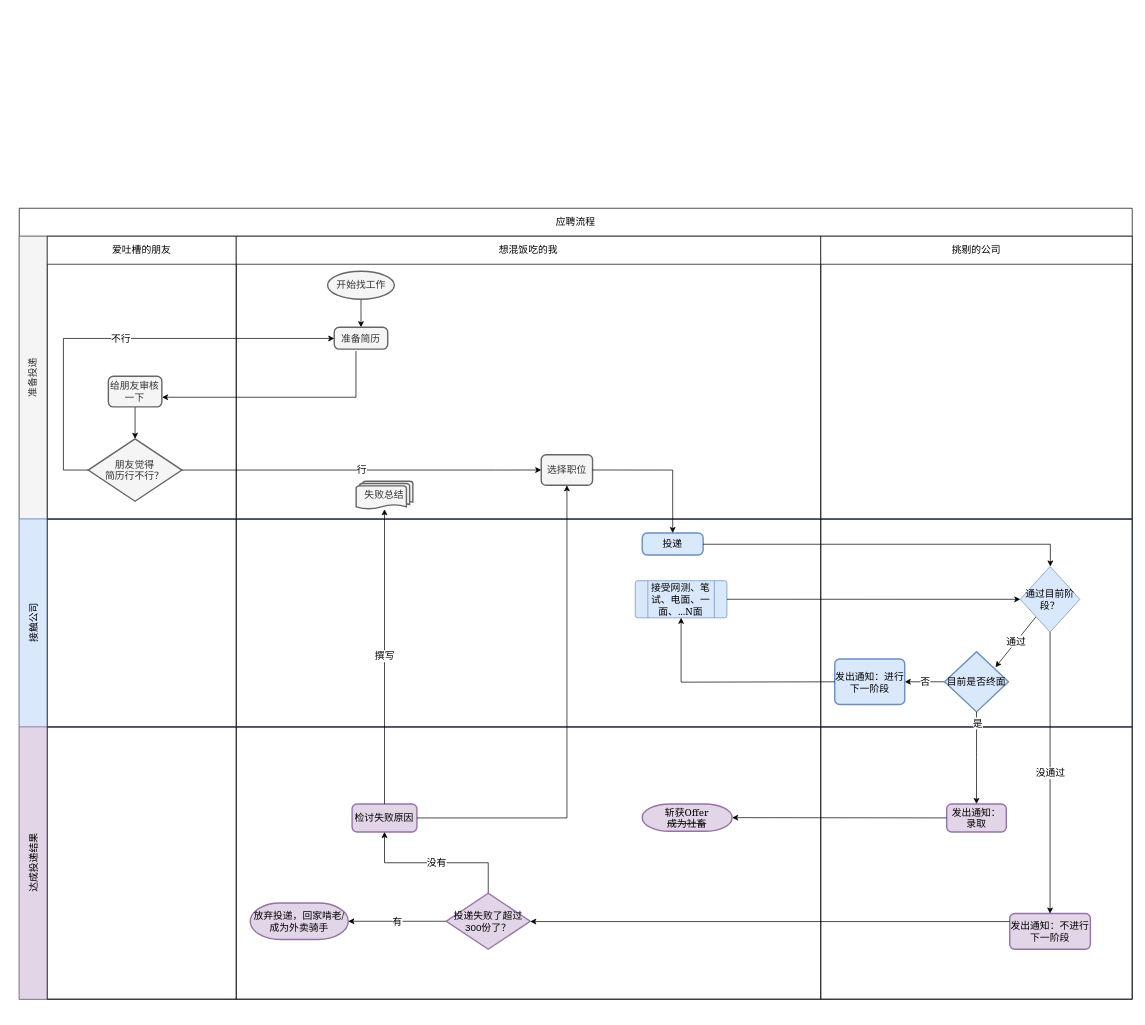
Ryuuko/drawIo keeps this draw.io diagram as crossJobSeeking.drawio. Above is the earlier version. Source tidied: cells renumbered, new cells numbered last; positions are measured from the earlier drawing's top-left corner, leaving out a move shared by most shapes. Both pictures are drawn from the tidied source at 70%, with x=0, y=0 at pixel (19, 12).
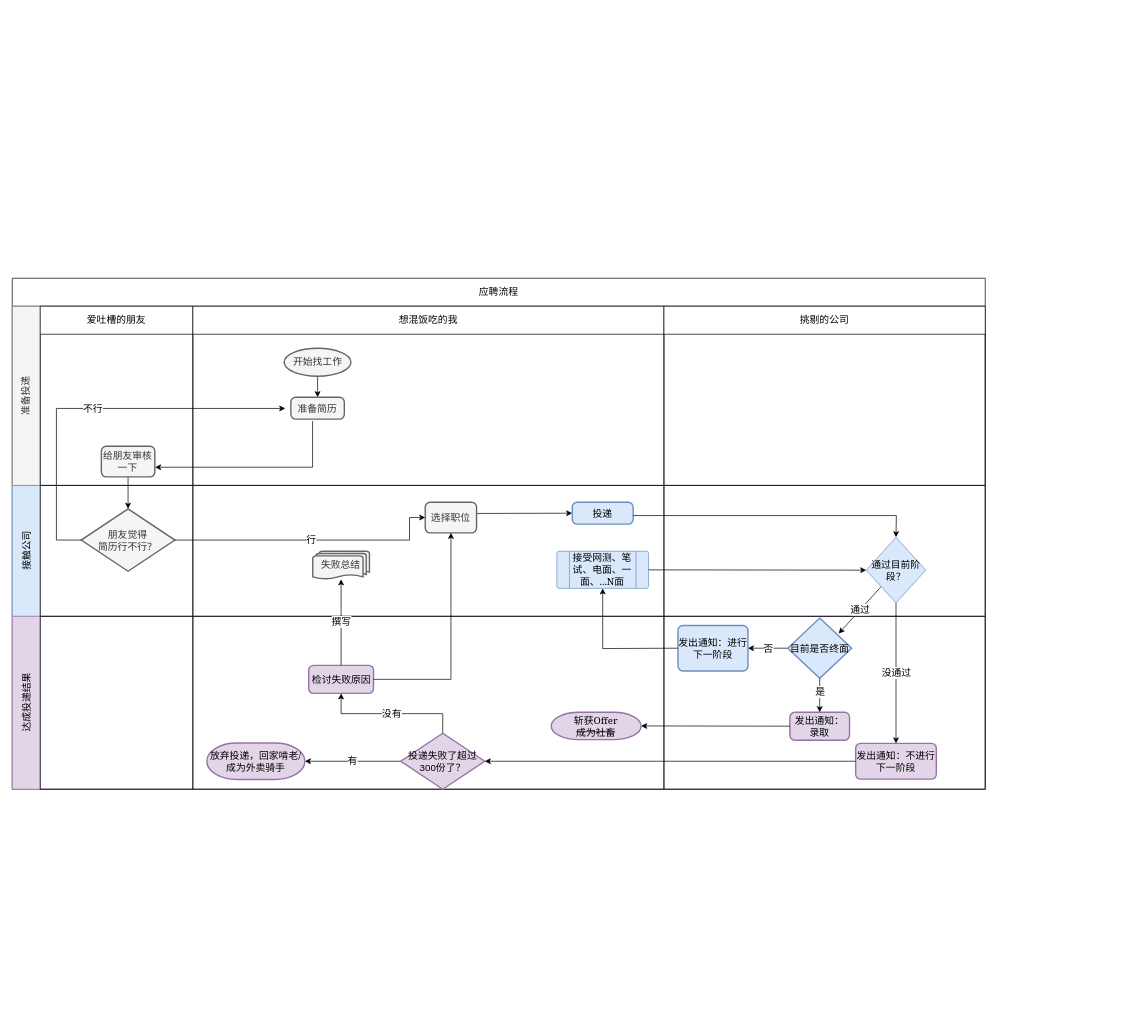
The same diagram, later.

Commit message:
smaller to display better

The change refers to these unchanged cells:
```xml
<mxCell id="2" style="group;fontStyle=0;" parent="1" vertex="1">
  <mxGeometry x="70" width="1520" height="1430" as="geometry" />
</mxCell>
<mxCell id="8" value="朋友觉得&lt;br style=&quot;font-size: 14px;&quot;&gt;简历行不行？" style="strokeWidth=2;html=1;shape=mxgraph.flowchart.decision;whiteSpace=wrap;fontSize=14;fontFamily=Georgia;fillColor=#f5f5f5;strokeColor=#666666;fontColor=#333333;" parent="5" vertex="1">
  <mxGeometry x="58.5" y="289.4" width="133.9" height="89.2" as="geometry" />
</mxCell>
<mxCell id="12" value="准备简历" style="rounded=1;whiteSpace=wrap;html=1;absoluteArcSize=1;arcSize=14;strokeWidth=2;fontSize=14;fontFamily=Georgia;fillColor=#f5f5f5;strokeColor=#666666;fontColor=#333333;" parent="9" vertex="1">
  <mxGeometry x="140" y="130" width="76.4" height="31.2" as="geometry" />
</mxCell>
<mxCell id="29" value="发出通知：进行下一阶段" style="rounded=1;whiteSpace=wrap;html=1;absoluteArcSize=1;arcSize=14;strokeWidth=2;fontSize=14;fillColor=#dae8fc;strokeColor=#6c8ebf;" parent="25" vertex="1">
  <mxGeometry x="20" y="200" width="100" height="65" as="geometry" />
</mxCell>
<mxCell id="30" value="目前是否终面" style="strokeWidth=2;html=1;shape=mxgraph.flowchart.decision;whiteSpace=wrap;fontSize=14;fillColor=#dae8fc;strokeColor=#6c8ebf;" parent="25" vertex="1">
  <mxGeometry x="176.9" y="189.5" width="91.3" height="86" as="geometry" />
</mxCell>
<mxCell id="51" style="edgeStyle=elbowEdgeStyle;rounded=0;jettySize=auto;elbow=vertical;html=1;entryX=0.5;entryY=0;entryDx=0;entryDy=0;fontSize=14;" parent="3" edge="1" source="30" target="45">
  <mxGeometry relative="1" as="geometry" />
</mxCell>
```

What changed in the source:
```diff
@@
+    <mxCell id="56" style="group;" parent="2" vertex="1">
+      <mxGeometry x="-80" y="380" width="1380" height="830" as="geometry" />
+    </mxCell>
-    <mxCell id="3" value="应聘流程" style="shape=table;childLayout=tableLayout;rowLines=0;columnLines=0;startSize=40;html=1;whiteSpace=wrap;fontStyle=0;fontSize=14;" parent="2" vertex="1">
-      <mxGeometry x="-70" y="280" width="1590" height="1130" as="geometry" />
+    <mxCell id="3" value="应聘流程" style="shape=table;childLayout=tableLayout;rowLines=0;columnLines=0;startSize=40;html=1;whiteSpace=wrap;fontStyle=0;fontSize=14;" parent="56" vertex="1">
+      <mxGeometry width="1390" height="730" as="geometry" />
     </mxCell>
     <mxCell id="4" value="&lt;span style=&quot;font-weight: normal&quot;&gt;准备投递&lt;/span&gt;" style="swimlane;horizontal=0;startSize=40;html=1;whiteSpace=wrap;fontSize=14;fillColor=#f5f5f5;strokeColor=#666666;fontColor=#333333;" parent="3" vertex="1">
-      <mxGeometry y="40" width="1590" height="404" as="geometry" />
+      <mxGeometry y="40" width="1390" height="256" as="geometry" />
     </mxCell>
     <mxCell id="5" value="&lt;span style=&quot;font-weight: normal&quot;&gt;爱吐槽的朋友&lt;/span&gt;" style="swimlane;startSize=40;html=1;whiteSpace=wrap;fontSize=14;" parent="4" vertex="1">
-      <mxGeometry x="40" width="270" height="404" as="geometry" />
+      <mxGeometry x="40" width="218" height="256" as="geometry" />
     </mxCell>
@@
     <mxCell id="9" value="&lt;span style=&quot;font-weight: normal&quot;&gt;想混饭吃的我&lt;/span&gt;" style="swimlane;startSize=40;html=1;whiteSpace=wrap;fontSize=14;" parent="4" vertex="1">
-      <mxGeometry x="310" width="835" height="404" as="geometry" />
+      <mxGeometry x="258" width="673" height="256" as="geometry" />
     </mxCell>
@@
     <mxCell id="11" value="开始找工作" style="strokeWidth=2;html=1;shape=mxgraph.flowchart.start_1;whiteSpace=wrap;fontSize=14;fontFamily=Georgia;fillColor=#f5f5f5;strokeColor=#666666;fontColor=#333333;" parent="9" vertex="1">
-      <mxGeometry x="130.5" y="50" width="95.3" height="40" as="geometry" />
+      <mxGeometry x="130.5" y="60" width="95.3" height="40" as="geometry" />
     </mxCell>
@@
-    <mxCell id="13" value="&lt;font style=&quot;font-size: 14px;&quot;&gt;选择职位&lt;/font&gt;" style="rounded=1;whiteSpace=wrap;html=1;absoluteArcSize=1;arcSize=14;strokeWidth=2;fontSize=14;fontFamily=Georgia;fillColor=#f5f5f5;strokeColor=#666666;fontColor=#333333;" parent="9" vertex="1">
-      <mxGeometry x="435.7" y="312.1" width="73.3" height="43.7" as="geometry" />
-    </mxCell>
@@
     <mxCell id="15" value="&lt;span style=&quot;font-weight: normal&quot;&gt;挑剔的公司&lt;/span&gt;" style="swimlane;startSize=40;html=1;whiteSpace=wrap;fontSize=14;" parent="4" vertex="1">
-      <mxGeometry x="1145" width="445" height="404" as="geometry" />
+      <mxGeometry x="931" width="459" height="256" as="geometry" />
     </mxCell>
     <mxCell id="16" value="不行" style="edgeStyle=elbowEdgeStyle;rounded=0;jettySize=auto;html=1;fontSize=14;fontFamily=Georgia;exitX=0;exitY=0.5;exitDx=0;exitDy=0;exitPerimeter=0;" parent="4" edge="1" source="8">
       <mxGeometry relative="1" as="geometry">
-        <mxPoint x="450" y="146" as="targetPoint" />
+        <mxPoint x="390" y="146" as="targetPoint" />
         <Array as="points">
           <mxPoint x="63.1" y="300" />
         </Array>
       </mxGeometry>
     </mxCell>
@@
-    <mxCell id="18" value="行" style="edgeStyle=elbowEdgeStyle;rounded=0;jettySize=auto;html=1;fontSize=14;entryX=0;entryY=0.5;entryDx=0;entryDy=0;" parent="4" edge="1" source="8" target="13">
-      <mxGeometry relative="1" as="geometry">
-        <Array as="points">
-          <mxPoint x="680" y="334" />
-          <mxPoint x="620" y="334" />
-        </Array>
-      </mxGeometry>
-    </mxCell>
     <mxCell id="19" value="&lt;span style=&quot;font-weight: normal&quot;&gt;接触公司&lt;/span&gt;" style="swimlane;horizontal=0;startSize=40;html=1;whiteSpace=wrap;fontSize=14;fillColor=#dae8fc;strokeColor=#6c8ebf;" parent="3" vertex="1">
-      <mxGeometry y="444" width="1590" height="297" as="geometry" />
+      <mxGeometry y="296" width="1390" height="187" as="geometry" />
     </mxCell>
     <mxCell id="20" style="swimlane;startSize=0;html=1;whiteSpace=wrap;fontSize=14;" parent="19" vertex="1">
-      <mxGeometry x="40" width="270" height="297" as="geometry" />
+      <mxGeometry x="40" width="218" height="187" as="geometry" />
     </mxCell>
     <mxCell id="21" style="swimlane;startSize=0;html=1;whiteSpace=wrap;fontSize=14;" parent="19" vertex="1">
-      <mxGeometry x="310" width="835" height="297" as="geometry" />
+      <mxGeometry x="258" width="673" height="187" as="geometry" />
     </mxCell>
@@
+    <mxCell id="54" style="rounded=0;jettySize=auto;elbow=vertical;html=1;entryX=0;entryY=0.5;entryDx=0;entryDy=0;fontSize=14;" parent="21" edge="1" target="23">
+      <mxGeometry relative="1" as="geometry">
+        <mxPoint x="405" y="40" as="sourcePoint" />
+      </mxGeometry>
+    </mxCell>
+    <mxCell id="13" value="&lt;font style=&quot;font-size: 14px;&quot;&gt;选择职位&lt;/font&gt;" style="rounded=1;whiteSpace=wrap;html=1;absoluteArcSize=1;arcSize=14;strokeWidth=2;fontSize=14;fontFamily=Georgia;fillColor=#f5f5f5;strokeColor=#666666;fontColor=#333333;" parent="21" vertex="1">
+      <mxGeometry x="332" y="24" width="73.3" height="43.7" as="geometry" />
+    </mxCell>
     <mxCell id="23" value="投递" style="rounded=1;whiteSpace=wrap;html=1;absoluteArcSize=1;arcSize=14;strokeWidth=2;fontSize=14;fontFamily=Georgia;fillColor=#dae8fc;strokeColor=#6c8ebf;" parent="21" vertex="1">
-      <mxGeometry x="580" y="20" width="87" height="31.3" as="geometry" />
+      <mxGeometry x="542" y="24" width="87" height="31.3" as="geometry" />
     </mxCell>
     <mxCell id="24" value="接受网测、笔试、电面、一面、...N面" style="verticalLabelPosition=middle;verticalAlign=middle;html=1;shape=process;whiteSpace=wrap;rounded=1;size=0.14;arcSize=6;labelBackgroundColor=none;sketch=0;fontFamily=Georgia;fontSize=14;labelPosition=center;align=center;labelBorderColor=none;fillColor=#dae8fc;strokeColor=#6c8ebf;" parent="21" vertex="1">
-      <mxGeometry x="570" y="88.1" width="131" height="53" as="geometry" />
+      <mxGeometry x="520" y="94" width="131" height="53" as="geometry" />
     </mxCell>
     <mxCell id="25" style="swimlane;startSize=0;html=1;whiteSpace=wrap;fontSize=14;" parent="19" vertex="1">
-      <mxGeometry x="1145" width="445" height="297" as="geometry" />
+      <mxGeometry x="931" width="459" height="187" as="geometry" />
     </mxCell>
@@
+    <mxCell id="28" value="否" style="edgeStyle=none;rounded=0;jettySize=auto;html=1;entryX=1;entryY=0.5;entryDx=0;entryDy=0;fontSize=14;" parent="25" edge="1" source="30" target="29">
+      <mxGeometry relative="1" as="geometry" />
+    </mxCell>
     <mxCell id="27" value="通过目前阶段？" style="rhombus;whiteSpace=wrap;html=1;fontSize=14;fillColor=#dae8fc;strokeColor=#6c8ebf;" parent="25" vertex="1">
-      <mxGeometry x="285.1" y="67.7" width="85" height="93.9" as="geometry" />
+      <mxGeometry x="289" y="74" width="85" height="93.9" as="geometry" />
     </mxCell>
-    <mxCell id="28" value="否" style="edgeStyle=none;rounded=0;jettySize=auto;html=1;entryX=1;entryY=0.5;entryDx=0;entryDy=0;fontSize=14;" parent="25" edge="1" source="30" target="29">
-      <mxGeometry relative="1" as="geometry" />
-    </mxCell>
@@
-    <mxCell id="31" style="edgeStyle=none;rounded=0;jettySize=auto;html=1;fontSize=14;entryX=0;entryY=0.5;entryDx=0;entryDy=0;" parent="19" edge="1" source="24" target="27">
-      <mxGeometry relative="1" as="geometry" />
+    <mxCell id="31" style="edgeStyle=none;rounded=0;jettySize=auto;html=1;fontSize=14;" parent="19" edge="1" source="24">
+      <mxGeometry relative="1" as="geometry">
+        <mxPoint x="1220" y="121" as="targetPoint" />
+      </mxGeometry>
     </mxCell>
@@
-    <mxCell id="33" style="edgeStyle=elbowEdgeStyle;rounded=0;jettySize=auto;html=1;entryX=0.5;entryY=0;entryDx=0;entryDy=0;fontSize=14;" parent="19" edge="1" source="23" target="27">
+    <mxCell id="33" style="rounded=0;jettySize=auto;html=1;fontSize=14;entryX=0.5;entryY=0;entryDx=0;entryDy=0;" parent="19" edge="1" target="27">
       <mxGeometry relative="1" as="geometry">
+        <mxPoint x="887" y="43" as="sourcePoint" />
         <Array as="points">
-          <mxPoint x="1473" y="36" />
+          <mxPoint x="1263" y="43" />
         </Array>
       </mxGeometry>
     </mxCell>
     <mxCell id="34" value="达成投递结果" style="swimlane;horizontal=0;startSize=40;html=1;whiteSpace=wrap;fontSize=14;fontStyle=0;fillColor=#e1d5e7;strokeColor=#9673a6;" parent="3" vertex="1">
-      <mxGeometry y="741" width="1590" height="389" as="geometry" />
+      <mxGeometry y="483" width="1390" height="247" as="geometry" />
     </mxCell>
     <mxCell id="35" style="swimlane;startSize=0;html=1;whiteSpace=wrap;fontSize=14;" parent="34" vertex="1">
-      <mxGeometry x="40" width="270" height="389" as="geometry" />
+      <mxGeometry x="40" width="218" height="247" as="geometry" />
     </mxCell>
     <mxCell id="36" style="swimlane;startSize=0;html=1;whiteSpace=wrap;fontSize=14;" parent="34" vertex="1">
-      <mxGeometry x="310" width="835" height="389" as="geometry" />
+      <mxGeometry x="258" width="673" height="247" as="geometry" />
     </mxCell>
-    <mxCell id="37" value="斩获Offer&lt;br style=&quot;font-size: 14px;&quot;&gt;&lt;span style=&quot;font-size: 14px;&quot;&gt;&lt;strike style=&quot;font-size: 14px;&quot;&gt;成为社畜&lt;/strike&gt;&lt;/span&gt;" style="strokeWidth=2;html=1;shape=mxgraph.flowchart.terminator;whiteSpace=wrap;fontSize=14;fontFamily=Georgia;fillColor=#e1d5e7;strokeColor=#9673a6;" parent="36" vertex="1">
-      <mxGeometry x="580" y="110" width="128.4" height="39.1" as="geometry" />
-    </mxCell>
     <mxCell id="38" value="&lt;span style=&quot;font-family: georgia; font-size: 14px;&quot;&gt;检讨失败原因&lt;/span&gt;" style="rounded=1;whiteSpace=wrap;html=1;absoluteArcSize=1;arcSize=14;strokeWidth=2;fontSize=14;fillColor=#e1d5e7;strokeColor=#9673a6;" parent="36" vertex="1">
-      <mxGeometry x="165.5" y="110" width="92.6" height="40" as="geometry" />
+      <mxGeometry x="165.5" y="70" width="92.6" height="40" as="geometry" />
     </mxCell>
@@
+    <mxCell id="37" value="斩获Offer&lt;br style=&quot;font-size: 14px;&quot;&gt;&lt;span style=&quot;font-size: 14px;&quot;&gt;&lt;strike style=&quot;font-size: 14px;&quot;&gt;成为社畜&lt;/strike&gt;&lt;/span&gt;" style="strokeWidth=2;html=1;shape=mxgraph.flowchart.terminator;whiteSpace=wrap;fontSize=14;fontFamily=Georgia;fillColor=#e1d5e7;strokeColor=#9673a6;" parent="36" vertex="1">
+      <mxGeometry x="512" y="137" width="128.4" height="39.1" as="geometry" />
+    </mxCell>
+    <mxCell id="42" value="放弃投递，回家啃老/成为外卖骑手" style="strokeWidth=2;html=1;shape=mxgraph.flowchart.terminator;whiteSpace=wrap;fontSize=14;fontFamily=Georgia;fillColor=#e1d5e7;strokeColor=#9673a6;" parent="36" vertex="1">
+      <mxGeometry x="20" y="181" width="140" height="52" as="geometry" />
+    </mxCell>
     <mxCell id="41" value="&lt;font style=&quot;font-size: 14px&quot;&gt;投递失败了超过300份了？&lt;/font&gt;" style="strokeWidth=2;html=1;shape=mxgraph.flowchart.decision;whiteSpace=wrap;fontSize=14;fillColor=#e1d5e7;strokeColor=#9673a6;" parent="36" vertex="1">
-      <mxGeometry x="300" y="237.6" width="120" height="80" as="geometry" />
+      <mxGeometry x="297" y="167" width="120" height="80" as="geometry" />
     </mxCell>
-    <mxCell id="42" value="放弃投递，回家啃老/成为外卖骑手" style="strokeWidth=2;html=1;shape=mxgraph.flowchart.terminator;whiteSpace=wrap;fontSize=14;fontFamily=Georgia;fillColor=#e1d5e7;strokeColor=#9673a6;" parent="36" vertex="1">
-      <mxGeometry x="20" y="251.6" width="140" height="52" as="geometry" />
-    </mxCell>
     <mxCell id="43" style="swimlane;startSize=0;html=1;whiteSpace=wrap;fontSize=14;" parent="34" vertex="1">
-      <mxGeometry x="1145" width="445" height="389" as="geometry" />
+      <mxGeometry x="931" width="459" height="247" as="geometry" />
     </mxCell>
@@
     <mxCell id="45" value="发出通知：录取" style="rounded=1;whiteSpace=wrap;html=1;absoluteArcSize=1;arcSize=14;strokeWidth=2;fontSize=14;fillColor=#e1d5e7;strokeColor=#9673a6;" parent="43" vertex="1">
-      <mxGeometry x="179.9" y="110" width="85.2" height="40" as="geometry" />
+      <mxGeometry x="179.9" y="137" width="85.2" height="40" as="geometry" />
     </mxCell>
     <mxCell id="46" value="发出通知：不进行下一阶段" style="rounded=1;whiteSpace=wrap;html=1;absoluteArcSize=1;arcSize=14;strokeWidth=2;fontSize=14;fillColor=#e1d5e7;strokeColor=#9673a6;" parent="43" vertex="1">
-      <mxGeometry x="270" y="266.6" width="115.2" height="51" as="geometry" />
+      <mxGeometry x="273.9" y="181.5" width="115.2" height="51" as="geometry" />
     </mxCell>
@@
     <mxCell id="52" value="是" style="edgeLabel;html=1;align=center;verticalAlign=middle;fontSize=14;" parent="51" vertex="1">
       <mxGeometry x="0.01" y="51" relative="1" as="geometry">
-        <mxPoint x="-50" y="-50" as="offset" />
+        <mxPoint x="-51" y="-5.8" as="offset" />
       </mxGeometry>
     </mxCell>
+    <mxCell id="18" value="行" style="edgeStyle=elbowEdgeStyle;rounded=0;jettySize=auto;html=1;fontSize=14;entryX=0;entryY=0.5;entryDx=0;entryDy=0;exitX=1;exitY=0.5;exitDx=0;exitDy=0;exitPerimeter=0;" parent="3" edge="1" source="8" target="13">
+      <mxGeometry relative="1" as="geometry">
+        <Array as="points">
+          <mxPoint x="567.5" y="379.3" />
+          <mxPoint x="507.5" y="379.3" />
+        </Array>
+      </mxGeometry>
+    </mxCell>
-    <mxCell id="53" style="edgeStyle=orthogonalEdgeStyle;rounded=0;jettySize=auto;html=1;fontSize=14;" parent="3" edge="1" source="38" target="13">
+    <mxCell id="53" style="edgeStyle=orthogonalEdgeStyle;rounded=0;jettySize=auto;html=1;fontSize=14;exitX=1;exitY=0.5;exitDx=0;exitDy=0;" parent="3" edge="1" source="38" target="13">
       <mxGeometry relative="1" as="geometry" />
     </mxCell>
-    <mxCell id="54" style="edgeStyle=elbowEdgeStyle;rounded=0;jettySize=auto;elbow=vertical;html=1;entryX=0.5;entryY=0;entryDx=0;entryDy=0;fontSize=14;exitX=1;exitY=0.5;exitDx=0;exitDy=0;" parent="3" edge="1" source="13" target="23">
-      <mxGeometry relative="1" as="geometry">
-        <Array as="points">
-          <mxPoint x="970" y="374" />
-        </Array>
-      </mxGeometry>
-    </mxCell>
-    <mxCell id="55" style="edgeStyle=elbowEdgeStyle;rounded=0;jettySize=auto;elbow=vertical;html=1;fontSize=14;" parent="1" edge="1" source="12">
-      <mxGeometry relative="1" as="geometry">
-        <mxPoint x="450" y="465.6" as="targetPoint" />
-      </mxGeometry>
-    </mxCell>
```
